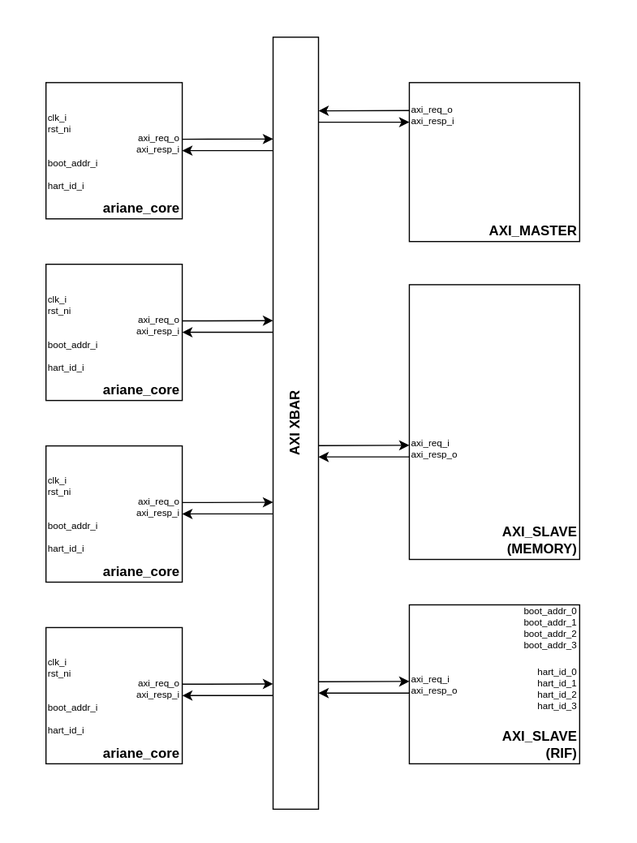
Earlier version of the draw.io export doc/diagrams/project_top.svg (squared-studio/mango). Source tidied: cells renumbered, new cells last; positions are measured from the earlier drawing's top-left corner, leaving out a move shared by most shapes.
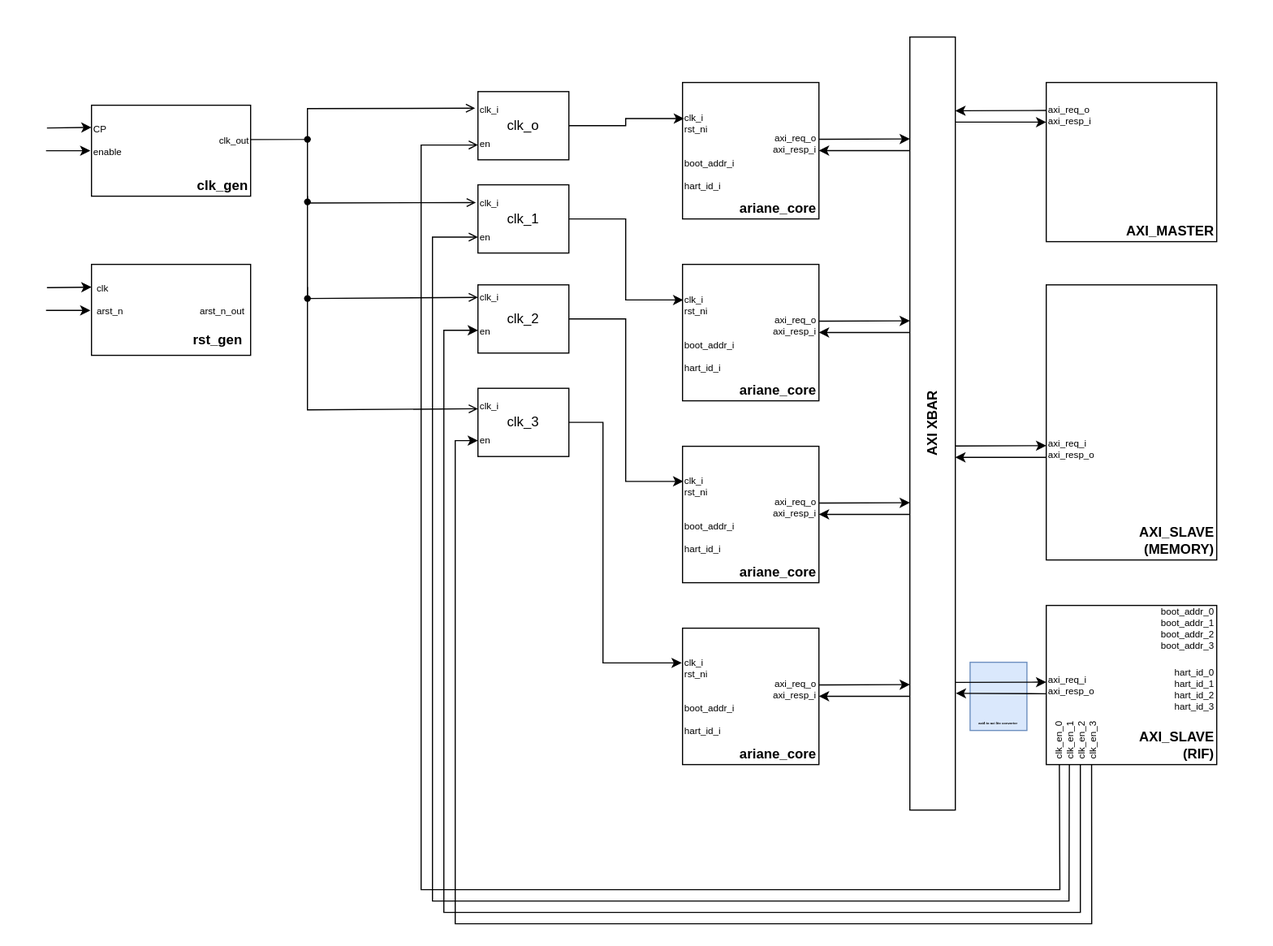
Above is the later version.

Commit message:
added clk rst generator

Diff of the diagram source:
```diff
@@ -3,7 +3,7 @@
     <mxCell id="0" />
     <mxCell id="1" parent="0" />
     <mxCell id="2" style="rounded=0;whiteSpace=wrap;html=1;strokeColor=none;" parent="1" vertex="1">
-      <mxGeometry width="560" height="742" as="geometry" />
+      <mxGeometry x="-560" width="1120" height="832" as="geometry" />
     </mxCell>
     <mxCell id="3" value="&lt;b&gt;ariane_core&lt;/b&gt;" style="rounded=0;whiteSpace=wrap;html=1;align=right;horizontal=1;verticalAlign=bottom;" parent="1" vertex="1">
       <mxGeometry x="40" y="72" width="120" height="120" as="geometry" />
@@ -134,23 +134,198 @@
     <mxCell id="33" value="&lt;font style=&quot;font-size: 8.34px;&quot;&gt;axi_req_i&lt;br style=&quot;font-size: 8.34px;&quot;&gt;axi_resp_o&lt;/font&gt;" style="text;html=1;strokeColor=none;fillColor=none;align=left;verticalAlign=middle;whiteSpace=wrap;rounded=0;fontSize=8.34;fontFamily=Helvetica;" parent="1" vertex="1">
       <mxGeometry x="360" y="592" width="50" height="20" as="geometry" />
     </mxCell>
-    <mxCell id="34" style="endArrow=classic;html=1;rounded=0;entryX=0;entryY=0.105;entryDx=0;entryDy=0;entryPerimeter=0;" parent="1" edge="1">
-      <mxGeometry relative="1" as="geometry">
-        <mxPoint x="280" y="599.7" as="sourcePoint" />
-        <mxPoint x="360" y="599.5" as="targetPoint" />
-      </mxGeometry>
-    </mxCell>
-    <mxCell id="35" style="endArrow=classic;html=1;rounded=0;entryX=0;entryY=0.105;entryDx=0;entryDy=0;entryPerimeter=0;" parent="1" edge="1">
-      <mxGeometry relative="1" as="geometry">
-        <mxPoint x="360" y="609.7" as="sourcePoint" />
-        <mxPoint x="280" y="609.7" as="targetPoint" />
-      </mxGeometry>
-    </mxCell>
     <mxCell id="36" value="&lt;span style=&quot;font-size: 8.34px;&quot;&gt;boot_addr_0&lt;br&gt;&lt;/span&gt;boot_addr_1&lt;br&gt;boot_addr_2&lt;br&gt;boot_addr_3" style="text;html=1;strokeColor=none;fillColor=none;align=right;verticalAlign=middle;whiteSpace=wrap;rounded=0;fontSize=8.34;fontFamily=Helvetica;" parent="1" vertex="1">
       <mxGeometry x="460" y="532" width="50" height="40" as="geometry" />
     </mxCell>
     <mxCell id="37" value="&lt;span style=&quot;font-size: 8.34px;&quot;&gt;hart_id_0&lt;br&gt;&lt;/span&gt;hart_id_1&lt;br&gt;hart_id_2&lt;br&gt;hart_id_3" style="text;html=1;strokeColor=none;fillColor=none;align=right;verticalAlign=middle;whiteSpace=wrap;rounded=0;fontSize=8.34;fontFamily=Helvetica;" parent="1" vertex="1">
       <mxGeometry x="460" y="585" width="50" height="40" as="geometry" />
     </mxCell>
+    <mxCell id="38" value="&lt;b&gt;clk_gen&lt;/b&gt;" style="rounded=0;whiteSpace=wrap;html=1;align=right;verticalAlign=bottom;" parent="1" vertex="1">
+      <mxGeometry x="-480" y="92" width="140" height="80" as="geometry" />
+    </mxCell>
+    <mxCell id="39" value="&lt;div style=&quot;font-size: 8.34px;&quot;&gt;&lt;span style=&quot;background-color: initial; font-size: 8.34px;&quot;&gt;CP&lt;/span&gt;&lt;/div&gt;&lt;br style=&quot;font-size: 8.34px;&quot;&gt;enable&lt;br style=&quot;font-size: 8.34px;&quot;&gt;" style="text;html=1;align=left;verticalAlign=middle;strokeColor=none;fillColor=none;fontSize=8.34;" parent="1" vertex="1">
+      <mxGeometry x="-480" y="102" width="50" height="40" as="geometry" />
+    </mxCell>
+    <mxCell id="40" style="endArrow=classic;html=1;rounded=0;entryX=-0.063;entryY=0.292;entryDx=0;entryDy=0;entryPerimeter=0;" parent="1" edge="1">
+      <mxGeometry relative="1" as="geometry">
+        <mxPoint x="-519.2" y="112" as="sourcePoint" />
+        <mxPoint x="-480" y="111.5" as="targetPoint" />
+      </mxGeometry>
+    </mxCell>
+    <mxCell id="41" style="endArrow=classic;html=1;rounded=0;entryX=-0.063;entryY=0.292;entryDx=0;entryDy=0;entryPerimeter=0;" parent="1" edge="1">
+      <mxGeometry relative="1" as="geometry">
+        <mxPoint x="-520" y="132" as="sourcePoint" />
+        <mxPoint x="-481" y="132" as="targetPoint" />
+      </mxGeometry>
+    </mxCell>
+    <mxCell id="42" style="endArrow=open;html=1;rounded=0;endFill=0;entryX=-0.062;entryY=0.193;entryDx=0;entryDy=0;entryPerimeter=0;" parent="1" edge="1" target="59">
+      <mxGeometry relative="1" as="geometry">
+        <mxPoint x="-340" y="122.2" as="sourcePoint" />
+        <Array as="points">
+          <mxPoint x="-290" y="122" />
+          <mxPoint x="-290" y="95" />
+        </Array>
+      </mxGeometry>
+    </mxCell>
+    <mxCell id="43" value="clk_out" style="text;html=1;align=right;verticalAlign=middle;strokeColor=none;fillColor=none;fontSize=8.34;" parent="1" vertex="1">
+      <mxGeometry x="-390" y="112" width="50" height="20" as="geometry" />
+    </mxCell>
+    <mxCell id="44" style="group;" parent="1" vertex="1">
+      <mxGeometry x="-480" y="232" width="140" height="80" as="geometry" />
+    </mxCell>
+    <mxCell id="45" value="&lt;font style=&quot;font-size: 12px;&quot;&gt;&lt;b&gt;rst_gen&lt;/b&gt;&lt;/font&gt;" style="rounded=0;whiteSpace=wrap;html=1;align=right;verticalAlign=bottom;spacing=0;spacingRight=7;spacingBottom=5;fontSize=16;" parent="44" vertex="1">
+      <mxGeometry width="140" height="80" as="geometry" />
+    </mxCell>
+    <mxCell id="46" value="&lt;div style=&quot;font-size: 8.34px;&quot;&gt;&lt;span style=&quot;font-size: 8.34px; background-color: initial;&quot;&gt;clk&lt;/span&gt;&lt;br&gt;&lt;/div&gt;&lt;div style=&quot;font-size: 8.34px;&quot;&gt;&lt;span style=&quot;font-size: 8.34px; background-color: initial;&quot;&gt;&lt;br&gt;&lt;/span&gt;&lt;/div&gt;&lt;div style=&quot;font-size: 8.34px;&quot;&gt;&lt;span style=&quot;font-size: 8.34px; background-color: initial;&quot;&gt;arst_n&lt;/span&gt;&lt;br&gt;&lt;/div&gt;&lt;div style=&quot;font-size: 8.34px;&quot;&gt;&lt;span style=&quot;font-size: 8.34px; background-color: initial;&quot;&gt;&lt;br&gt;&lt;/span&gt;&lt;/div&gt;&lt;div style=&quot;font-size: 8.34px;&quot;&gt;&lt;br&gt;&lt;/div&gt;" style="rounded=0;whiteSpace=wrap;html=1;fillColor=none;strokeColor=none;align=left;fontSize=8.34;spacing=5;fontFamily=Helvetica;" parent="44" vertex="1">
+      <mxGeometry width="10" height="80" as="geometry" />
+    </mxCell>
+    <mxCell id="47" value="arst_n_out" style="rounded=0;whiteSpace=wrap;html=1;fillColor=none;strokeColor=none;align=right;spacing=5;fontSize=8.34;fontFamily=Helvetica;" parent="44" vertex="1">
+      <mxGeometry x="130" width="10" height="80" as="geometry" />
+    </mxCell>
+    <mxCell id="48" style="endArrow=classic;html=1;rounded=0;entryX=-0.063;entryY=0.292;entryDx=0;entryDy=0;entryPerimeter=0;" parent="1" edge="1">
+      <mxGeometry relative="1" as="geometry">
+        <mxPoint x="-519.2" y="252.5" as="sourcePoint" />
+        <mxPoint x="-480" y="252" as="targetPoint" />
+      </mxGeometry>
+    </mxCell>
+    <mxCell id="49" style="endArrow=classic;html=1;rounded=0;entryX=-0.063;entryY=0.292;entryDx=0;entryDy=0;entryPerimeter=0;" parent="1" edge="1">
+      <mxGeometry relative="1" as="geometry">
+        <mxPoint x="-520" y="272.5" as="sourcePoint" />
+        <mxPoint x="-481" y="272.5" as="targetPoint" />
+      </mxGeometry>
+    </mxCell>
+    <mxCell id="50" style="endArrow=open;html=1;rounded=0;entryX=-0.046;entryY=0.212;entryDx=0;entryDy=0;entryPerimeter=0;endFill=0;" parent="1" edge="1" target="60">
+      <mxGeometry relative="1" as="geometry">
+        <mxPoint x="-290" y="122" as="sourcePoint" />
+        <Array as="points">
+          <mxPoint x="-290" y="178" />
+        </Array>
+      </mxGeometry>
+    </mxCell>
+    <mxCell id="51" style="edgeStyle=orthogonalEdgeStyle;rounded=0;jettySize=auto;html=1;entryX=0.026;entryY=0.096;entryDx=0;entryDy=0;entryPerimeter=0;" parent="1" edge="1" source="52" target="4">
+      <mxGeometry relative="1" as="geometry" />
+    </mxCell>
+    <mxCell id="52" value="clk_o" style="rounded=0;whiteSpace=wrap;html=1;" parent="1" vertex="1">
+      <mxGeometry x="-140" y="80" width="80" height="60" as="geometry" />
+    </mxCell>
+    <mxCell id="53" style="edgeStyle=orthogonalEdgeStyle;rounded=0;jettySize=auto;html=1;entryX=0.013;entryY=0.09;entryDx=0;entryDy=0;entryPerimeter=0;" parent="1" edge="1" source="54" target="10">
+      <mxGeometry relative="1" as="geometry" />
+    </mxCell>
+    <mxCell id="54" value="clk_1" style="rounded=0;whiteSpace=wrap;html=1;" parent="1" vertex="1">
+      <mxGeometry x="-140" y="162" width="80" height="60" as="geometry" />
+    </mxCell>
+    <mxCell id="55" style="edgeStyle=orthogonalEdgeStyle;rounded=0;jettySize=auto;html=1;entryX=0.013;entryY=0.084;entryDx=0;entryDy=0;entryPerimeter=0;" parent="1" edge="1" source="56" target="15">
+      <mxGeometry relative="1" as="geometry" />
+    </mxCell>
+    <mxCell id="56" value="clk_2" style="rounded=0;whiteSpace=wrap;html=1;" parent="1" vertex="1">
+      <mxGeometry x="-140" y="250" width="80" height="60" as="geometry" />
+    </mxCell>
+    <mxCell id="57" style="edgeStyle=orthogonalEdgeStyle;rounded=0;jettySize=auto;html=1;entryX=-0.014;entryY=0.079;entryDx=0;entryDy=0;entryPerimeter=0;" parent="1" edge="1" source="58" target="20">
+      <mxGeometry relative="1" as="geometry">
+        <Array as="points">
+          <mxPoint x="-30" y="371" />
+          <mxPoint x="-30" y="583" />
+        </Array>
+      </mxGeometry>
+    </mxCell>
+    <mxCell id="58" value="clk_3" style="rounded=0;whiteSpace=wrap;html=1;" parent="1" vertex="1">
+      <mxGeometry x="-140" y="341" width="80" height="60" as="geometry" />
+    </mxCell>
+    <mxCell id="59" value="clk_i&lt;br&gt;&lt;br&gt;&lt;br&gt;en" style="text;html=1;align=left;verticalAlign=middle;points=[];strokeColor=none;fillColor=none;fontSize=8.34;" parent="1" vertex="1">
+      <mxGeometry x="-140" y="85" width="40" height="50" as="geometry" />
+    </mxCell>
+    <mxCell id="60" value="clk_i&lt;br&gt;&lt;br&gt;&lt;br&gt;en" style="text;html=1;align=left;verticalAlign=middle;points=[];strokeColor=none;fillColor=none;fontSize=8.34;" parent="1" vertex="1">
+      <mxGeometry x="-140" y="167" width="40" height="50" as="geometry" />
+    </mxCell>
+    <mxCell id="61" value="&lt;font style=&quot;font-size: 3px;&quot;&gt;&lt;b&gt;axi4 to axi lite converter&lt;/b&gt;&lt;/font&gt;" style="rounded=0;whiteSpace=wrap;html=1;align=center;verticalAlign=bottom;fillColor=#dae8fc;strokeColor=#6c8ebf;" parent="1" vertex="1">
+      <mxGeometry x="293" y="582" width="50" height="60" as="geometry" />
+    </mxCell>
+    <mxCell id="62" value="clk_i&lt;br&gt;&lt;br&gt;&lt;br&gt;en" style="text;html=1;align=left;verticalAlign=middle;strokeColor=none;fillColor=none;fontSize=8.34;" parent="1" vertex="1">
+      <mxGeometry x="-140" y="250" width="40" height="50" as="geometry" />
+    </mxCell>
+    <mxCell id="63" value="clk_i&lt;br&gt;&lt;br&gt;&lt;br&gt;en" style="text;html=1;align=left;verticalAlign=middle;strokeColor=none;fillColor=none;fontSize=8.34;" parent="1" vertex="1">
+      <mxGeometry x="-140" y="346" width="40" height="50" as="geometry" />
+    </mxCell>
+    <mxCell id="64" style="endArrow=classic;html=1;rounded=0;entryX=1.011;entryY=0.849;entryDx=0;entryDy=0;entryPerimeter=0;" parent="1" edge="1" target="6">
+      <mxGeometry relative="1" as="geometry">
+        <mxPoint x="360" y="609.7" as="sourcePoint" />
+      </mxGeometry>
+    </mxCell>
+    <mxCell id="34" style="endArrow=classic;html=1;rounded=0;entryX=0;entryY=0.105;entryDx=0;entryDy=0;entryPerimeter=0;" parent="1" edge="1">
+      <mxGeometry relative="1" as="geometry">
+        <mxPoint x="280" y="599.7" as="sourcePoint" />
+        <mxPoint x="360" y="599.5" as="targetPoint" />
+      </mxGeometry>
+    </mxCell>
+    <mxCell id="65" value="&lt;span style=&quot;font-size: 8.34px;&quot;&gt;clk_en_0&lt;br&gt;&lt;/span&gt;clk_en_1&lt;br&gt;clk_en_2&lt;br&gt;clk_en_3" style="text;html=1;strokeColor=none;fillColor=none;align=right;verticalAlign=middle;whiteSpace=wrap;rounded=0;fontSize=8.34;fontFamily=Helvetica;horizontal=0;" parent="1" vertex="1">
+      <mxGeometry x="360" y="632" width="50" height="40" as="geometry" />
+    </mxCell>
+    <mxCell id="66" style="endArrow=open;html=1;rounded=0;entryX=0;entryY=0.74;entryDx=0;entryDy=0;entryPerimeter=0;endFill=0;exitX=0.231;exitY=1.009;exitDx=0;exitDy=0;exitPerimeter=0;" parent="1" edge="1" source="65">
+      <mxGeometry relative="1" as="geometry">
+        <mxPoint x="-140" y="127" as="targetPoint" />
+        <Array as="points">
+          <mxPoint x="372" y="782" />
+          <mxPoint x="-190" y="782" />
+          <mxPoint x="-190" y="127" />
+        </Array>
+      </mxGeometry>
+    </mxCell>
+    <mxCell id="67" style="endArrow=open;html=1;rounded=0;entryX=0;entryY=0.74;entryDx=0;entryDy=0;entryPerimeter=0;endFill=0;exitX=0.407;exitY=0.994;exitDx=0;exitDy=0;exitPerimeter=0;" parent="1" edge="1" source="65">
+      <mxGeometry relative="1" as="geometry">
+        <mxPoint x="-140" y="208" as="targetPoint" />
+        <Array as="points">
+          <mxPoint x="380" y="792" />
+          <mxPoint x="-180" y="792" />
+          <mxPoint x="-180" y="208" />
+        </Array>
+      </mxGeometry>
+    </mxCell>
+    <mxCell id="68" style="endArrow=classic;html=1;rounded=0;exitX=0.6;exitY=0.99;exitDx=0;exitDy=0;exitPerimeter=0;" parent="1" edge="1" source="65">
+      <mxGeometry relative="1" as="geometry">
+        <mxPoint x="-140" y="290" as="targetPoint" />
+        <Array as="points">
+          <mxPoint x="390" y="802" />
+          <mxPoint x="-170" y="802" />
+          <mxPoint x="-170" y="290" />
+        </Array>
+      </mxGeometry>
+    </mxCell>
+    <mxCell id="69" style="endArrow=classic;html=1;rounded=0;exitX=0.798;exitY=0.999;exitDx=0;exitDy=0;exitPerimeter=0;" parent="1" edge="1" source="65">
+      <mxGeometry relative="1" as="geometry">
+        <mxPoint x="-140" y="387" as="targetPoint" />
+        <Array as="points">
+          <mxPoint x="400" y="812" />
+          <mxPoint x="-160" y="812" />
+          <mxPoint x="-160" y="387" />
+        </Array>
+      </mxGeometry>
+    </mxCell>
+    <mxCell id="70" style="endArrow=open;html=1;rounded=0;entryX=-0.046;entryY=0.212;entryDx=0;entryDy=0;entryPerimeter=0;endFill=0;" parent="1" edge="1">
+      <mxGeometry relative="1" as="geometry">
+        <mxPoint x="-290" y="172" as="sourcePoint" />
+        <mxPoint x="-140" y="261" as="targetPoint" />
+        <Array as="points">
+          <mxPoint x="-290" y="262" />
+        </Array>
+      </mxGeometry>
+    </mxCell>
+    <mxCell id="71" style="endArrow=open;html=1;rounded=0;entryX=-0.046;entryY=0.212;entryDx=0;entryDy=0;entryPerimeter=0;endFill=0;" parent="1" edge="1">
+      <mxGeometry relative="1" as="geometry">
+        <mxPoint x="-290" y="252" as="sourcePoint" />
+        <mxPoint x="-140" y="359" as="targetPoint" />
+        <Array as="points">
+          <mxPoint x="-290" y="360" />
+        </Array>
+      </mxGeometry>
+    </mxCell>
+    <mxCell id="72" style="shape=waypoint;sketch=0;size=6;fillColor=none;perimeter=centerPerimeter;" parent="1" vertex="1">
+      <mxGeometry x="-300" y="167" width="20" height="20" as="geometry" />
+    </mxCell>
+    <mxCell id="73" style="shape=waypoint;sketch=0;size=6;fillColor=none;perimeter=centerPerimeter;" parent="1" vertex="1">
+      <mxGeometry x="-300" y="252" width="20" height="20" as="geometry" />
+    </mxCell>
+    <mxCell id="74" style="shape=waypoint;sketch=0;size=6;fillColor=none;perimeter=centerPerimeter;" parent="1" vertex="1">
+      <mxGeometry x="-300" y="112" width="20" height="20" as="geometry" />
+    </mxCell>
   </root>
 </mxGraphModel>
```
